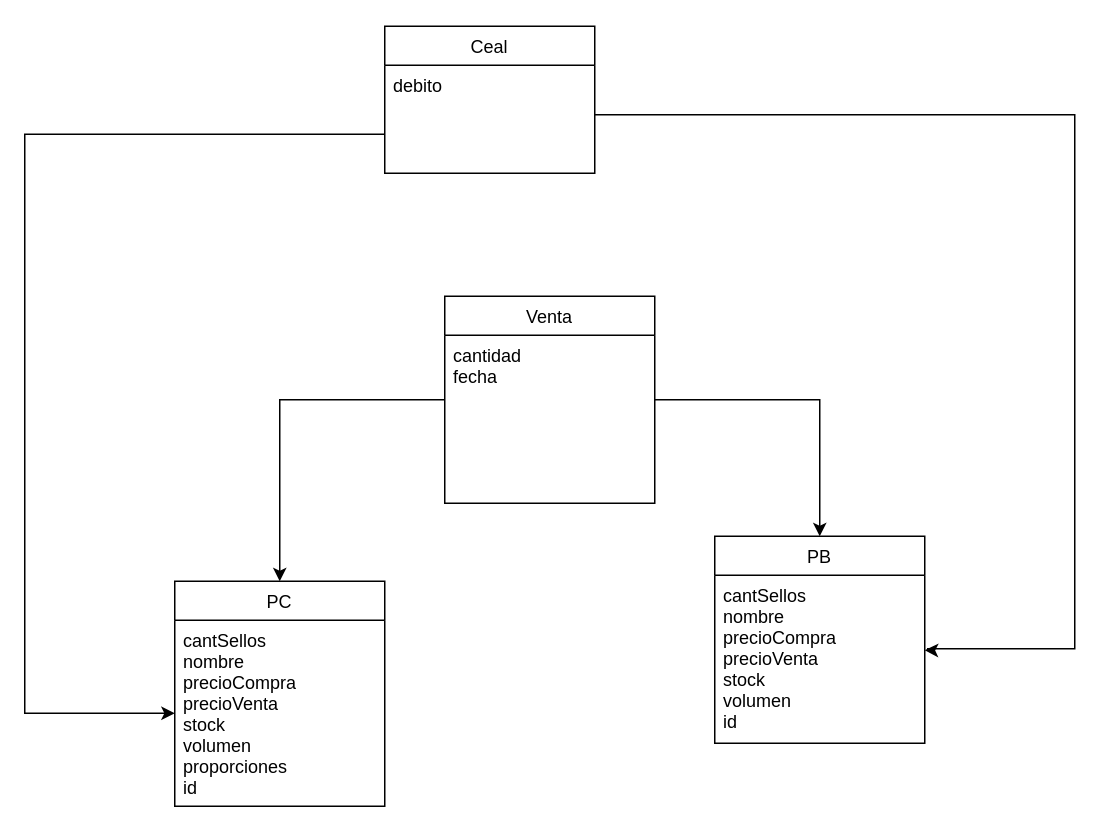
Before: Ayudantia06Dominio.drawio in HowLonely/Diagrams, a draw.io diagram. Source tidied: cells renumbered, new cells numbered last; positions are measured from the earlier drawing's top-left corner, leaving out a move shared by most shapes. Both pictures are drawn from the tidied source at 150%, with x=0, y=0 at pixel (24, 26).
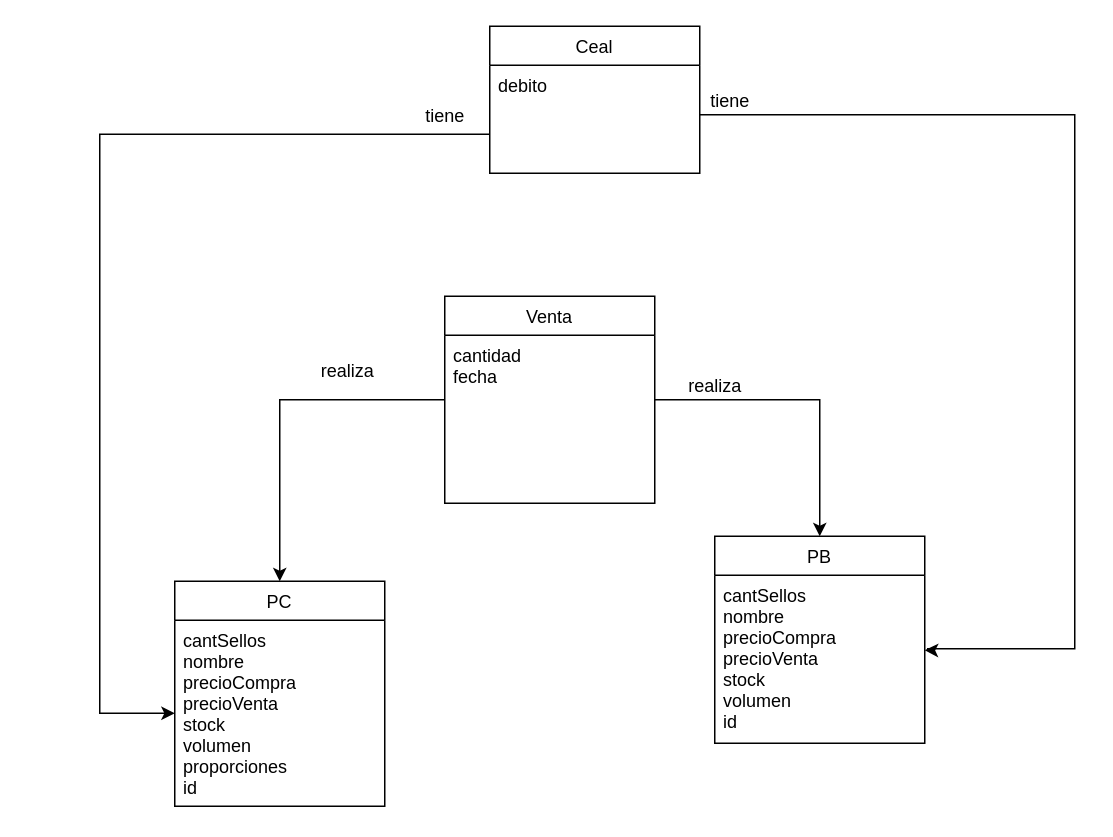
The same diagram, later.

The change refers to these unchanged cells:
```xml
<mxCell id="3" value="cantSellos&#10;nombre&#10;precioCompra&#10;precioVenta&#10;stock&#10;volumen&#10;proporciones&#10;id" style="text;strokeColor=none;fillColor=none;align=left;verticalAlign=top;spacingLeft=4;spacingRight=4;overflow=hidden;points=[[0,0.5],[1,0.5]];portConstraint=eastwest;" parent="2" vertex="1">
  <mxGeometry y="26" width="140" height="124" as="geometry" />
</mxCell>
<mxCell id="12" value="debito" style="text;strokeColor=none;fillColor=none;align=left;verticalAlign=top;spacingLeft=4;spacingRight=4;overflow=hidden;points=[[0,0.5],[1,0.5]];portConstraint=eastwest;" parent="11" vertex="1">
  <mxGeometry y="26" width="140" height="72" as="geometry" />
</mxCell>
```

The edit, as a diff of the source:
```diff
@@
     <mxCell id="11" value="Ceal" style="swimlane;fontStyle=0;horizontal=1;startSize=26;fillColor=none;" parent="1" vertex="1">
-      <mxGeometry x="240" width="140" height="98" as="geometry" />
+      <mxGeometry x="310" width="140" height="98" as="geometry" />
     </mxCell>
@@
     <mxCell id="13" style="edgeStyle=orthogonalEdgeStyle;rounded=0;jettySize=auto;html=1;entryX=0;entryY=0.5;entryDx=0;entryDy=0;" parent="1" edge="1" source="12" target="3">
       <mxGeometry relative="1" as="geometry">
         <Array as="points">
-          <mxPoint y="72" />
-          <mxPoint y="458" />
+          <mxPoint x="50" y="72" />
+          <mxPoint x="50" y="458" />
         </Array>
       </mxGeometry>
     </mxCell>
+    <mxCell id="14" value="realiza" style="text;html=1;align=center;verticalAlign=middle;strokeColor=none;fillColor=none;" parent="1" vertex="1">
+      <mxGeometry x="190" y="220" width="50" height="20" as="geometry" />
+    </mxCell>
+    <mxCell id="15" value="realiza" style="text;html=1;align=center;verticalAlign=middle;strokeColor=none;fillColor=none;" parent="1" vertex="1">
+      <mxGeometry x="435" y="230" width="50" height="20" as="geometry" />
+    </mxCell>
+    <mxCell id="16" value="tiene" style="text;html=1;align=center;verticalAlign=middle;strokeColor=none;fillColor=none;" parent="1" vertex="1">
+      <mxGeometry x="450" y="40" width="40" height="20" as="geometry" />
+    </mxCell>
+    <mxCell id="17" value="tiene" style="text;html=1;align=center;verticalAlign=middle;strokeColor=none;fillColor=none;" parent="1" vertex="1">
+      <mxGeometry x="260" y="50" width="40" height="20" as="geometry" />
+    </mxCell>
```
